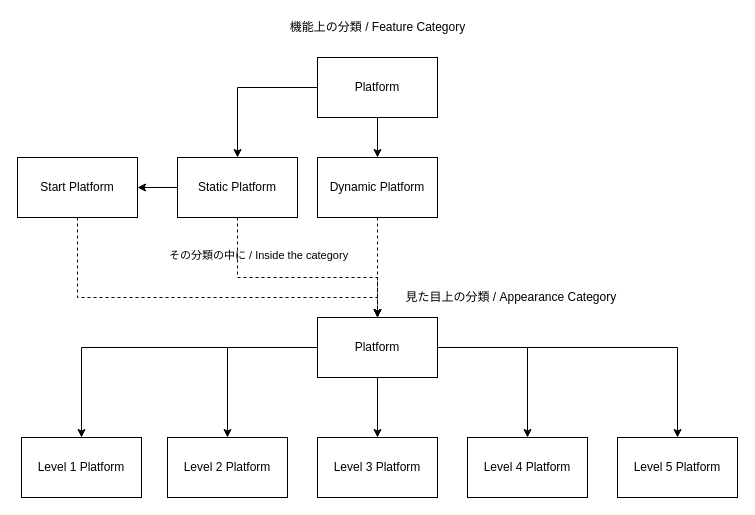
The draw.io diagram page "廃棄 Platform プリハブバリアントの構造" (2 of 2) of Artifacts/PA01.drawio in JiaChen-Zeng/PRNL-Alpha01, before the edit. Source tidied: cells renumbered, new cells numbered last; positions are measured from the earlier drawing's top-left corner, leaving out a move shared by most shapes. Both pictures are drawn from the tidied source at 100%, with x=0, y=0 at pixel (17, 17).
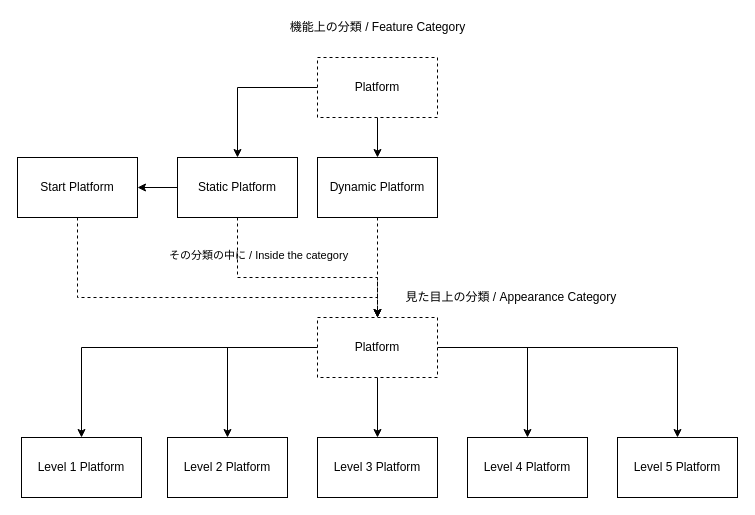
The same diagram, later.

Commit message:
CHORE: プラットフォームの構造を今回こそ明確にできたと思う

What changed in the source:
```diff
@@
-    <mxCell id="6" value="Platform" style="rounded=0;whiteSpace=wrap;html=1;" parent="1" vertex="1">
+    <mxCell id="6" value="Platform" style="rounded=0;whiteSpace=wrap;html=1;dashed=1;" parent="1" vertex="1">
       <mxGeometry x="300" y="40" width="120" height="60" as="geometry" />
     </mxCell>
@@
-    <mxCell id="16" value="Platform" style="rounded=0;whiteSpace=wrap;html=1;" parent="1" vertex="1">
+    <mxCell id="16" value="Platform" style="rounded=0;whiteSpace=wrap;html=1;dashed=1;" parent="1" vertex="1">
       <mxGeometry x="300" y="300" width="120" height="60" as="geometry" />
     </mxCell>
```
